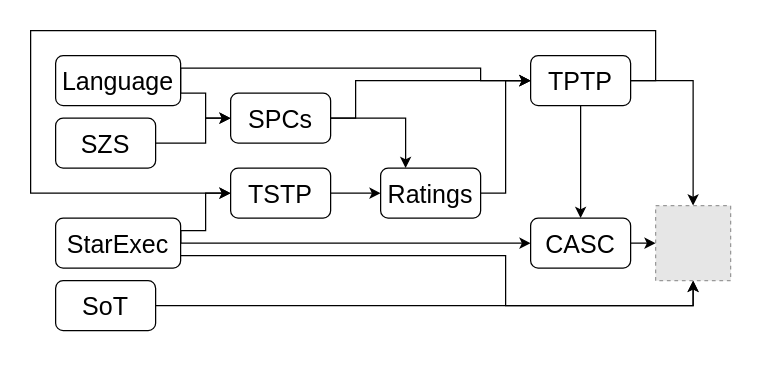
Earlier version of the draw.io diagram Dependencies.drawio (GeoffsPapers/SteppingStones). Source tidied: cells renumbered, new cells numbered last; positions are measured from the earlier drawing's top-left corner, leaving out a move shared by most shapes. Both pictures are drawn from the tidied source at 125%, with x=0, y=0 at pixel (30, 30). Pictures stored in the file or linked from it are replaced by grey dashed boxes.
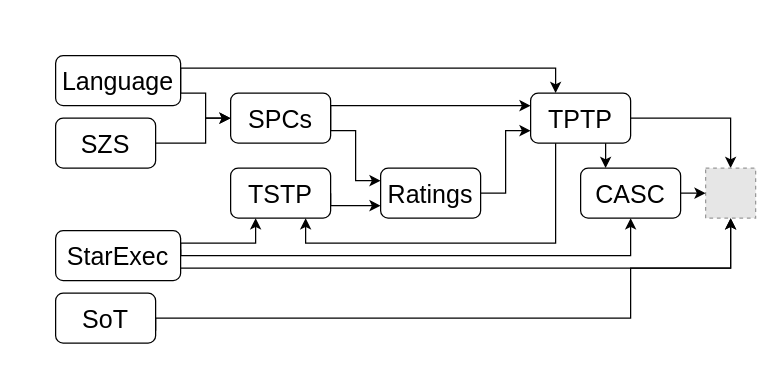
The same diagram, later.

The change refers to these unchanged cells:
```xml
<mxCell id="3" style="rounded=1;whiteSpace=wrap;html=1;" parent="2" vertex="1">
  <mxGeometry width="80" height="40" as="geometry" />
</mxCell>
<mxCell id="6" style="rounded=1;whiteSpace=wrap;html=1;" parent="5" vertex="1">
  <mxGeometry width="80" height="40" as="geometry" />
</mxCell>
<mxCell id="9" style="rounded=1;whiteSpace=wrap;html=1;" parent="8" vertex="1">
  <mxGeometry width="80" height="40" as="geometry" />
</mxCell>
<mxCell id="12" style="rounded=1;whiteSpace=wrap;html=1;" parent="11" vertex="1">
  <mxGeometry width="80" height="40" as="geometry" />
</mxCell>
<mxCell id="15" style="rounded=1;whiteSpace=wrap;html=1;" parent="14" vertex="1">
  <mxGeometry width="100" height="40" as="geometry" />
</mxCell>
<mxCell id="18" style="rounded=1;whiteSpace=wrap;html=1;" parent="17" vertex="1">
  <mxGeometry width="80" height="40" as="geometry" />
</mxCell>
<mxCell id="21" style="rounded=1;whiteSpace=wrap;html=1;" parent="20" vertex="1">
  <mxGeometry width="80" height="40" as="geometry" />
</mxCell>
<mxCell id="27" style="rounded=1;whiteSpace=wrap;html=1;" parent="26" vertex="1">
  <mxGeometry width="100" height="40" as="geometry" />
</mxCell>
```

Change to the diagram source:
```diff
@@
     <mxCell id="2" style="group;" parent="1" vertex="1">
-      <mxGeometry x="400" y="150" width="80" height="40" as="geometry" />
+      <mxGeometry x="440" y="110" width="80" height="40" as="geometry" />
     </mxCell>
@@
     <mxCell id="8" style="group;" parent="1" vertex="1">
-      <mxGeometry x="400" y="20" width="80" height="40" as="geometry" />
+      <mxGeometry x="400" y="50" width="80" height="40" as="geometry" />
     </mxCell>
@@
     <mxCell id="17" style="group;" parent="1" vertex="1">
-      <mxGeometry x="20" y="200" width="80" height="40" as="geometry" />
+      <mxGeometry x="20" y="210" width="80" height="40" as="geometry" />
     </mxCell>
@@
     <mxCell id="26" style="group;" parent="1" vertex="1">
-      <mxGeometry x="20" y="150" width="100" height="40" as="geometry" />
+      <mxGeometry x="20" y="160" width="100" height="40" as="geometry" />
     </mxCell>
@@
-    <mxCell id="29" style="edgeStyle=orthogonalEdgeStyle;rounded=0;jettySize=auto;html=1;exitX=1;exitY=0.5;exitDx=0;exitDy=0;entryX=0;entryY=0.5;entryDx=0;entryDy=0;" parent="1" edge="1" source="27" target="6">
+    <mxCell id="29" style="edgeStyle=orthogonalEdgeStyle;rounded=0;jettySize=auto;html=1;exitX=1;exitY=0.5;exitDx=0;exitDy=0;entryX=0.25;entryY=1;entryDx=0;entryDy=0;" parent="1" edge="1" source="27" target="6">
       <mxGeometry relative="1" as="geometry">
         <Array as="points">
-          <mxPoint x="120" y="160" />
-          <mxPoint x="140" y="160" />
-          <mxPoint x="140" y="130" />
+          <mxPoint x="120" y="170" />
+          <mxPoint x="180" y="170" />
         </Array>
       </mxGeometry>
     </mxCell>
     <mxCell id="30" style="edgeStyle=orthogonalEdgeStyle;rounded=0;orthogonalLoop=1;jettySize=auto;html=1;exitX=1;exitY=0.5;exitDx=0;exitDy=0;" parent="1" edge="1">
       <mxGeometry relative="1" as="geometry">
-        <mxPoint x="120" y="160" as="sourcePoint" />
-        <mxPoint x="400" y="170" as="targetPoint" />
+        <mxPoint x="120" y="175" as="sourcePoint" />
+        <mxPoint x="480" y="150" as="targetPoint" />
         <Array as="points">
-          <mxPoint x="120" y="170" />
-          <mxPoint x="400" y="170" />
+          <mxPoint x="120" y="180" />
+          <mxPoint x="480" y="180" />
+          <mxPoint x="480" y="150" />
         </Array>
       </mxGeometry>
     </mxCell>
-    <mxCell id="31" style="edgeStyle=orthogonalEdgeStyle;rounded=0;jettySize=auto;html=1;exitX=1;exitY=0.5;exitDx=0;exitDy=0;entryX=0;entryY=0.5;entryDx=0;entryDy=0;" parent="1" edge="1" source="12" target="9">
-      <mxGeometry relative="1" as="geometry">
-        <Array as="points">
-          <mxPoint x="380" y="130" />
-          <mxPoint x="380" y="40" />
-        </Array>
-      </mxGeometry>
-    </mxCell>
-    <mxCell id="32" style="edgeStyle=orthogonalEdgeStyle;rounded=0;jettySize=auto;html=1;exitX=1;exitY=0.5;exitDx=0;exitDy=0;entryX=0;entryY=0.5;entryDx=0;entryDy=0;" parent="1" edge="1" source="15" target="9">
+    <mxCell id="32" style="edgeStyle=orthogonalEdgeStyle;rounded=0;jettySize=auto;html=1;exitX=1;exitY=0.5;exitDx=0;exitDy=0;entryX=0.25;entryY=0;entryDx=0;entryDy=0;" parent="1" edge="1" source="15" target="9">
       <mxGeometry relative="1" as="geometry">
         <Array as="points">
           <mxPoint x="120" y="30" />
-          <mxPoint x="360" y="30" />
-          <mxPoint x="360" y="40" />
+          <mxPoint x="420" y="30" />
         </Array>
       </mxGeometry>
     </mxCell>
-    <mxCell id="33" style="edgeStyle=orthogonalEdgeStyle;rounded=0;jettySize=auto;html=1;exitX=1;exitY=0.5;exitDx=0;exitDy=0;entryX=0;entryY=0.5;entryDx=0;entryDy=0;" parent="1" edge="1" source="21" target="9">
-      <mxGeometry relative="1" as="geometry">
-        <Array as="points">
-          <mxPoint x="260" y="70" />
-          <mxPoint x="260" y="40" />
-        </Array>
-      </mxGeometry>
-    </mxCell>
-    <mxCell id="34" style="edgeStyle=orthogonalEdgeStyle;rounded=0;jettySize=auto;html=1;exitX=0.5;exitY=1;exitDx=0;exitDy=0;entryX=0.5;entryY=0;entryDx=0;entryDy=0;" parent="1" edge="1" source="9" target="3">
-      <mxGeometry relative="1" as="geometry" />
+    <mxCell id="34" style="edgeStyle=orthogonalEdgeStyle;rounded=0;jettySize=auto;html=1;exitX=0.75;exitY=1;exitDx=0;exitDy=0;entryX=0.25;entryY=0;entryDx=0;entryDy=0;" parent="1" edge="1" source="9" target="3">
+      <mxGeometry relative="1" as="geometry">
+        <Array as="points">
+          <mxPoint x="460" y="100" />
+          <mxPoint x="460" y="100" />
+        </Array>
+      </mxGeometry>
     </mxCell>
-    <mxCell id="35" style="edgeStyle=orthogonalEdgeStyle;rounded=0;jettySize=auto;html=1;exitX=1;exitY=0.5;exitDx=0;exitDy=0;entryX=0;entryY=0.5;entryDx=0;entryDy=0;" parent="1" edge="1" source="6" target="12">
-      <mxGeometry relative="1" as="geometry" />
+    <mxCell id="35" style="edgeStyle=orthogonalEdgeStyle;rounded=0;jettySize=auto;html=1;exitX=1;exitY=0.5;exitDx=0;exitDy=0;" parent="1" edge="1" source="6">
+      <mxGeometry relative="1" as="geometry">
+        <mxPoint x="280" y="140" as="targetPoint" />
+        <Array as="points">
+          <mxPoint x="240" y="140" />
+          <mxPoint x="280" y="140" />
+        </Array>
+      </mxGeometry>
     </mxCell>
@@
-    <mxCell id="37" style="edgeStyle=orthogonalEdgeStyle;rounded=0;jettySize=auto;html=1;exitX=1;exitY=0.5;exitDx=0;exitDy=0;entryX=0;entryY=0.5;entryDx=0;entryDy=0;" parent="1" edge="1" source="9" target="6">
-      <mxGeometry relative="1" as="geometry">
-        <Array as="points">
-          <mxPoint x="500" y="40" />
-          <mxPoint x="500" />
-          <mxPoint />
-          <mxPoint y="130" />
-        </Array>
-      </mxGeometry>
-    </mxCell>
-    <mxCell id="38" style="edgeStyle=orthogonalEdgeStyle;rounded=0;jettySize=auto;html=1;exitX=1;exitY=0.5;exitDx=0;exitDy=0;entryX=0.5;entryY=1;entryDx=0;entryDy=0;" parent="1" edge="1" source="18" target="43">
+    <mxCell id="38" style="edgeStyle=orthogonalEdgeStyle;rounded=0;jettySize=auto;html=1;exitX=1;exitY=0.5;exitDx=0;exitDy=0;entryX=0.5;entryY=1;entryDx=0;entryDy=0;" parent="1" edge="1" target="43">
       <mxGeometry relative="1" as="geometry">
+        <mxPoint x="100" y="240" as="sourcePoint" />
         <Array as="points">
-          <mxPoint x="530" y="220" />
+          <mxPoint x="100" y="230" />
+          <mxPoint x="480" y="230" />
+          <mxPoint x="480" y="190" />
+          <mxPoint x="560" y="190" />
         </Array>
       </mxGeometry>
     </mxCell>
-    <mxCell id="39" style="edgeStyle=orthogonalEdgeStyle;rounded=0;jettySize=auto;html=1;exitX=1;exitY=0.5;exitDx=0;exitDy=0;" parent="1" edge="1" source="3" target="43">
-      <mxGeometry relative="1" as="geometry">
-        <Array as="points">
-          <mxPoint x="520" y="170" />
-        </Array>
-      </mxGeometry>
-    </mxCell>
@@
     <mxCell id="41" style="edgeStyle=orthogonalEdgeStyle;rounded=0;jettySize=auto;html=1;exitX=1;exitY=0.5;exitDx=0;exitDy=0;entryX=0.5;entryY=0;entryDx=0;entryDy=0;" parent="1" edge="1" source="9" target="43">
       <mxGeometry relative="1" as="geometry">
         <Array as="points">
-          <mxPoint x="530" y="40" />
+          <mxPoint x="560" y="70" />
         </Array>
       </mxGeometry>
     </mxCell>
-    <mxCell id="42" style="edgeStyle=orthogonalEdgeStyle;rounded=0;jettySize=auto;html=1;exitX=1;exitY=0.5;exitDx=0;exitDy=0;" parent="1" edge="1" source="21">
+    <mxCell id="42" style="edgeStyle=orthogonalEdgeStyle;rounded=0;jettySize=auto;html=1;exitX=1;exitY=0.5;exitDx=0;exitDy=0;entryX=0;entryY=0.25;entryDx=0;entryDy=0;" parent="1" edge="1" source="21" target="12">
       <mxGeometry relative="1" as="geometry">
-        <mxPoint x="300" y="110" as="targetPoint" />
         <Array as="points">
-          <mxPoint x="300" y="70" />
+          <mxPoint x="240" y="80" />
+          <mxPoint x="260" y="80" />
+          <mxPoint x="260" y="120" />
         </Array>
       </mxGeometry>
     </mxCell>
     <mxCell id="43" style="fillColor=#E6E6E6;strokeColor=#999999;dashed=1;verticalLabelPosition=bottom;labelBackgroundColor=default;verticalAlign=top;" parent="1" vertex="1">
-      <mxGeometry x="500" y="140" width="60" height="60" as="geometry" />
+      <mxGeometry x="540" y="110" width="40" height="40" as="geometry" />
     </mxCell>
-    <mxCell id="44" style="edgeStyle=orthogonalEdgeStyle;rounded=0;jettySize=auto;html=1;exitX=1;exitY=0.75;exitDx=0;exitDy=0;entryX=0.5;entryY=1;entryDx=0;entryDy=0;" parent="1" edge="1" source="27" target="43">
+    <mxCell id="44" style="edgeStyle=orthogonalEdgeStyle;rounded=0;jettySize=auto;html=1;entryX=0.5;entryY=1;entryDx=0;entryDy=0;" parent="1" edge="1" target="43">
       <mxGeometry relative="1" as="geometry">
+        <mxPoint x="120" y="190" as="sourcePoint" />
         <Array as="points">
-          <mxPoint x="380" y="180" />
-          <mxPoint x="380" y="220" />
-          <mxPoint x="530" y="220" />
+          <mxPoint x="560" y="190" />
         </Array>
       </mxGeometry>
     </mxCell>
+    <mxCell id="37" style="edgeStyle=orthogonalEdgeStyle;rounded=0;jettySize=auto;html=1;exitX=0.25;exitY=1;exitDx=0;exitDy=0;entryX=0.75;entryY=1;entryDx=0;entryDy=0;" parent="1" edge="1" source="9" target="6">
+      <mxGeometry relative="1" as="geometry" />
+    </mxCell>
+    <mxCell id="45" style="edgeStyle=orthogonalEdgeStyle;rounded=0;jettySize=auto;html=1;exitX=1;exitY=0.5;exitDx=0;exitDy=0;" parent="1" edge="1" source="21">
+      <mxGeometry relative="1" as="geometry">
+        <mxPoint x="400" y="60" as="targetPoint" />
+        <Array as="points">
+          <mxPoint x="240" y="60" />
+          <mxPoint x="400" y="60" />
+        </Array>
+      </mxGeometry>
+    </mxCell>
+    <mxCell id="31" style="edgeStyle=orthogonalEdgeStyle;rounded=0;jettySize=auto;html=1;exitX=1;exitY=0.5;exitDx=0;exitDy=0;entryX=0;entryY=0.75;entryDx=0;entryDy=0;" parent="1" edge="1" source="12" target="9">
+      <mxGeometry relative="1" as="geometry">
+        <Array as="points">
+          <mxPoint x="380" y="130" />
+          <mxPoint x="380" y="80" />
+        </Array>
+      </mxGeometry>
+    </mxCell>
+    <mxCell id="39" style="edgeStyle=orthogonalEdgeStyle;rounded=0;jettySize=auto;html=1;exitX=1;exitY=0.5;exitDx=0;exitDy=0;entryX=0;entryY=0.5;entryDx=0;entryDy=0;" parent="1" edge="1" source="3" target="43">
+      <mxGeometry relative="1" as="geometry" />
+    </mxCell>
```
